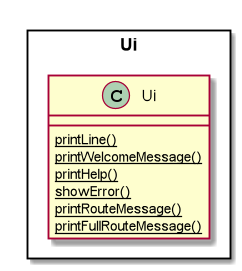
Earlier version of the PlantUML export docs/DG_Diagrams/UiComponent.png (nus-cs2113-AY2021S1/tp).
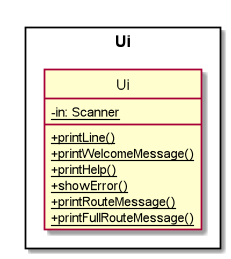
After the commit.

Commit message:
Update storage and ui class diagrams

Change to the diagram source:
```diff
@@ -1,13 +1,17 @@
 @startuml
+hide circle
+skinparam classAttributeIconSize 0
 
 Rectangle Ui {
 class Ui {
-{static} printLine()
-{static} printWelcomeMessage()
-{static} printHelp()
-{static} showError()
-{static} printRouteMessage()
-{static} printFullRouteMessage()
+- {static} in: Scanner
+
++ {static} printLine()
++ {static} printWelcomeMessage()
++ {static} printHelp()
++ {static} showError()
++ {static} printRouteMessage()
++ {static} printFullRouteMessage()
 }
 
 @enduml
```
